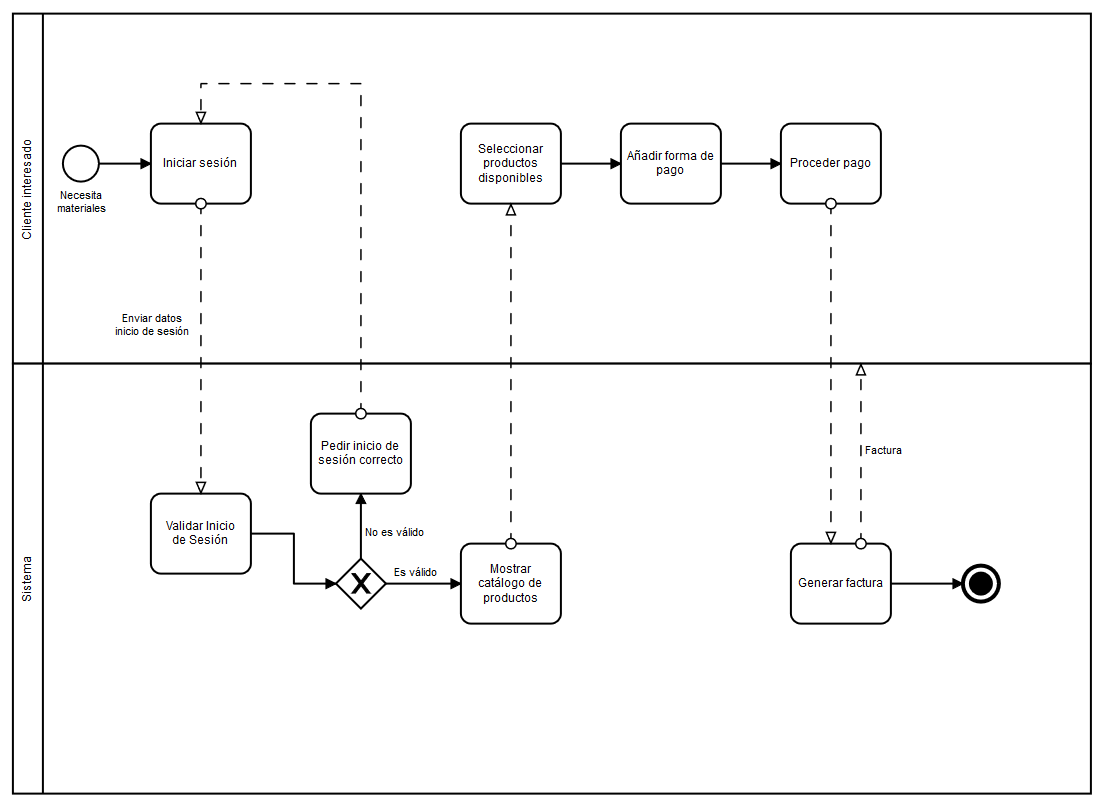
Above: diagramas/diagramas a implantar/ProcesoVentaProductos.png in felipescalera/Proyecto-IR (BPMN), before the change. Its source is kept beside it as diagramas/diagramas a implantar/ProcesoVentaProductos.bpmn. Ids are renumbered. Source of this version:
```xml
<bpmn:definitions xmlns:xsi="http://www.w3.org/2001/XMLSchema-instance" xmlns:bpmn="http://www.omg.org/spec/BPMN/20100524/MODEL" xmlns:bpmndi="http://www.omg.org/spec/BPMN/20100524/DI" xmlns:dc="http://www.omg.org/spec/DD/20100524/DC" xmlns:di="http://www.omg.org/spec/DD/20100524/DI" id="Definitions_n1" targetNamespace="http://bpmn.io/schema/bpmn" exporter="bpmn-js (https://demo.bpmn.io)" exporterVersion="7.5.0">
  <bpmn:collaboration id="Collaboration_n2">
    <bpmn:participant id="Participant_n3" name="Sistema" processRef="Process_n4" />
    <bpmn:participant id="Participant_n5" name="Cliente interesado" processRef="Process_n6" />
    <bpmn:messageFlow id="Flow_n7" name="Enviar datos inicio de sesión" sourceRef="Activity_n8" targetRef="Activity_n9" />
    <bpmn:messageFlow id="Flow_n10" sourceRef="Activity_n11" targetRef="Activity_n12" />
    <bpmn:messageFlow id="Flow_n13" sourceRef="Activity_n14" targetRef="Activity_n8" />
    <bpmn:messageFlow id="Flow_n15" sourceRef="Activity_n16" targetRef="Activity_n17" />
    <bpmn:messageFlow id="Flow_n18" name="Factura" sourceRef="Activity_n17" targetRef="Participant_n5" />
  </bpmn:collaboration>
  <bpmn:process id="Process_n4" isExecutable="false">
    <bpmn:laneSet id="LaneSet_n19" />
    <bpmn:sequenceFlow id="Flow_n20" name="No es válido" sourceRef="Gateway_n21" targetRef="Activity_n14" />
    <bpmn:sequenceFlow id="Flow_n22" name="Es válido" sourceRef="Gateway_n21" targetRef="Activity_n11" />
    <bpmn:sequenceFlow id="Flow_n23" sourceRef="Activity_n9" targetRef="Gateway_n21" />
    <bpmn:task id="Activity_n17" name="Generar factura">
      <bpmn:outgoing>Flow_n24</bpmn:outgoing>
    </bpmn:task>
    <bpmn:task id="Activity_n14" name="Pedir inicio de sesión correcto">
      <bpmn:incoming>Flow_n20</bpmn:incoming>
    </bpmn:task>
    <bpmn:task id="Activity_n11" name="Mostrar catálogo de productos">
      <bpmn:incoming>Flow_n22</bpmn:incoming>
    </bpmn:task>
    <bpmn:exclusiveGateway id="Gateway_n21">
      <bpmn:incoming>Flow_n23</bpmn:incoming>
      <bpmn:outgoing>Flow_n22</bpmn:outgoing>
      <bpmn:outgoing>Flow_n20</bpmn:outgoing>
    </bpmn:exclusiveGateway>
    <bpmn:task id="Activity_n9" name="Validar Inicio de Sesión">
      <bpmn:outgoing>Flow_n23</bpmn:outgoing>
    </bpmn:task>
    <bpmn:endEvent id="Event_n25">
      <bpmn:incoming>Flow_n24</bpmn:incoming>
      <bpmn:terminateEventDefinition id="TerminateEventDefinition_n26" />
    </bpmn:endEvent>
    <bpmn:sequenceFlow id="Flow_n24" sourceRef="Activity_n17" targetRef="Event_n25" />
  </bpmn:process>
  <bpmn:process id="Process_n6">
    <bpmn:startEvent id="StartEvent_n27" name="Necesita materiales">
      <bpmn:outgoing>Flow_n28</bpmn:outgoing>
    </bpmn:startEvent>
    <bpmn:sequenceFlow id="Flow_n28" sourceRef="StartEvent_n27" targetRef="Activity_n8" />
    <bpmn:task id="Activity_n8" name="Iniciar sesión">
      <bpmn:incoming>Flow_n28</bpmn:incoming>
    </bpmn:task>
    <bpmn:task id="Activity_n12" name="Seleccionar productos disponibles">
      <bpmn:outgoing>Flow_n29</bpmn:outgoing>
    </bpmn:task>
    <bpmn:sequenceFlow id="Flow_n29" sourceRef="Activity_n12" targetRef="Activity_n30" />
    <bpmn:task id="Activity_n30" name="Añadir forma de pago">
      <bpmn:incoming>Flow_n29</bpmn:incoming>
      <bpmn:outgoing>Flow_n31</bpmn:outgoing>
    </bpmn:task>
    <bpmn:task id="Activity_n16" name="Proceder pago">
      <bpmn:incoming>Flow_n31</bpmn:incoming>
    </bpmn:task>
    <bpmn:sequenceFlow id="Flow_n31" sourceRef="Activity_n30" targetRef="Activity_n16" />
  </bpmn:process>
  <bpmndi:BPMNDiagram id="BPMNDiagram_1">
    <bpmndi:BPMNPlane id="BPMNPlane_1" bpmnElement="Collaboration_n2">
      <bpmndi:BPMNShape id="Participant_n5_di" bpmnElement="Participant_n5" isHorizontal="true">
        <dc:Bounds x="152" y="80" width="1078" height="350" />
      </bpmndi:BPMNShape>
      <bpmndi:BPMNEdge id="Flow_n28_di" bpmnElement="Flow_n28">
        <di:waypoint x="238" y="230" />
        <di:waypoint x="290" y="230" />
      </bpmndi:BPMNEdge>
      <bpmndi:BPMNEdge id="Flow_n29_di" bpmnElement="Flow_n29">
        <di:waypoint x="700" y="230" />
        <di:waypoint x="760" y="230" />
      </bpmndi:BPMNEdge>
      <bpmndi:BPMNEdge id="Flow_n31_di" bpmnElement="Flow_n31">
        <di:waypoint x="860" y="230" />
        <di:waypoint x="920" y="230" />
      </bpmndi:BPMNEdge>
      <bpmndi:BPMNShape id="_BPMNShape_StartEvent_2" bpmnElement="StartEvent_n27">
        <dc:Bounds x="202" y="212" width="36" height="36" />
        <bpmndi:BPMNLabel>
          <dc:Bounds x="195" y="255" width="51" height="27" />
        </bpmndi:BPMNLabel>
      </bpmndi:BPMNShape>
      <bpmndi:BPMNShape id="Activity_n8_di" bpmnElement="Activity_n8">
        <dc:Bounds x="290" y="190" width="100" height="80" />
      </bpmndi:BPMNShape>
      <bpmndi:BPMNShape id="Activity_n12_di" bpmnElement="Activity_n12">
        <dc:Bounds x="600" y="190" width="100" height="80" />
      </bpmndi:BPMNShape>
      <bpmndi:BPMNShape id="Activity_n30_di" bpmnElement="Activity_n30">
        <dc:Bounds x="760" y="190" width="100" height="80" />
      </bpmndi:BPMNShape>
      <bpmndi:BPMNShape id="Activity_n16_di" bpmnElement="Activity_n16">
        <dc:Bounds x="920" y="190" width="100" height="80" />
      </bpmndi:BPMNShape>
      <bpmndi:BPMNShape id="Participant_n3_di" bpmnElement="Participant_n3" isHorizontal="true">
        <dc:Bounds x="152" y="430" width="1078" height="430" />
      </bpmndi:BPMNShape>
      <bpmndi:BPMNEdge id="Flow_n23_di" bpmnElement="Flow_n23">
        <di:waypoint x="390" y="600" />
        <di:waypoint x="433" y="600" />
        <di:waypoint x="433" y="650" />
        <di:waypoint x="475" y="650" />
      </bpmndi:BPMNEdge>
      <bpmndi:BPMNEdge id="Flow_n22_di" bpmnElement="Flow_n22">
        <di:waypoint x="525" y="650" />
        <di:waypoint x="600" y="650" />
        <bpmndi:BPMNLabel>
          <dc:Bounds x="533" y="632" width="44" height="14" />
        </bpmndi:BPMNLabel>
      </bpmndi:BPMNEdge>
      <bpmndi:BPMNEdge id="Flow_n20_di" bpmnElement="Flow_n20">
        <di:waypoint x="500" y="625" />
        <di:waypoint x="500" y="560" />
        <bpmndi:BPMNLabel>
          <dc:Bounds x="504" y="592" width="60" height="14" />
        </bpmndi:BPMNLabel>
      </bpmndi:BPMNEdge>
      <bpmndi:BPMNEdge id="Flow_n24_di" bpmnElement="Flow_n24">
        <di:waypoint x="1030" y="650" />
        <di:waypoint x="1102" y="650" />
      </bpmndi:BPMNEdge>
      <bpmndi:BPMNShape id="Activity_n9_di" bpmnElement="Activity_n9">
        <dc:Bounds x="290" y="560" width="100" height="80" />
      </bpmndi:BPMNShape>
      <bpmndi:BPMNShape id="Gateway_n21_di" bpmnElement="Gateway_n21" isMarkerVisible="true">
        <dc:Bounds x="475" y="625" width="50" height="50" />
      </bpmndi:BPMNShape>
      <bpmndi:BPMNShape id="Activity_n11_di" bpmnElement="Activity_n11">
        <dc:Bounds x="600" y="610" width="100" height="80" />
      </bpmndi:BPMNShape>
      <bpmndi:BPMNShape id="Activity_n14_di" bpmnElement="Activity_n14">
        <dc:Bounds x="450" y="480" width="100" height="80" />
      </bpmndi:BPMNShape>
      <bpmndi:BPMNShape id="Activity_n17_di" bpmnElement="Activity_n17">
        <dc:Bounds x="930" y="610" width="100" height="80" />
      </bpmndi:BPMNShape>
      <bpmndi:BPMNShape id="Event_0vdl040_di" bpmnElement="Event_n25">
        <dc:Bounds x="1102" y="632" width="36" height="36" />
      </bpmndi:BPMNShape>
      <bpmndi:BPMNEdge id="Flow_n7_di" bpmnElement="Flow_n7">
        <di:waypoint x="340" y="270" />
        <di:waypoint x="340" y="560" />
        <bpmndi:BPMNLabel>
          <dc:Bounds x="254" y="378" width="75" height="27" />
        </bpmndi:BPMNLabel>
      </bpmndi:BPMNEdge>
      <bpmndi:BPMNEdge id="Flow_n10_di" bpmnElement="Flow_n10">
        <di:waypoint x="650" y="610" />
        <di:waypoint x="650" y="270" />
      </bpmndi:BPMNEdge>
      <bpmndi:BPMNEdge id="Flow_n13_di" bpmnElement="Flow_n13">
        <di:waypoint x="500" y="480" />
        <di:waypoint x="500" y="150" />
        <di:waypoint x="340" y="150" />
        <di:waypoint x="340" y="190" />
      </bpmndi:BPMNEdge>
      <bpmndi:BPMNEdge id="Flow_n15_di" bpmnElement="Flow_n15">
        <di:waypoint x="970" y="270" />
        <di:waypoint x="970" y="610" />
      </bpmndi:BPMNEdge>
      <bpmndi:BPMNEdge id="Flow_n18_di" bpmnElement="Flow_n18">
        <di:waypoint x="1000" y="610" />
        <di:waypoint x="1000" y="430" />
        <bpmndi:BPMNLabel>
          <dc:Bounds x="1004" y="510" width="38" height="14" />
        </bpmndi:BPMNLabel>
      </bpmndi:BPMNEdge>
    </bpmndi:BPMNPlane>
  </bpmndi:BPMNDiagram>
</bpmn:definitions>
```
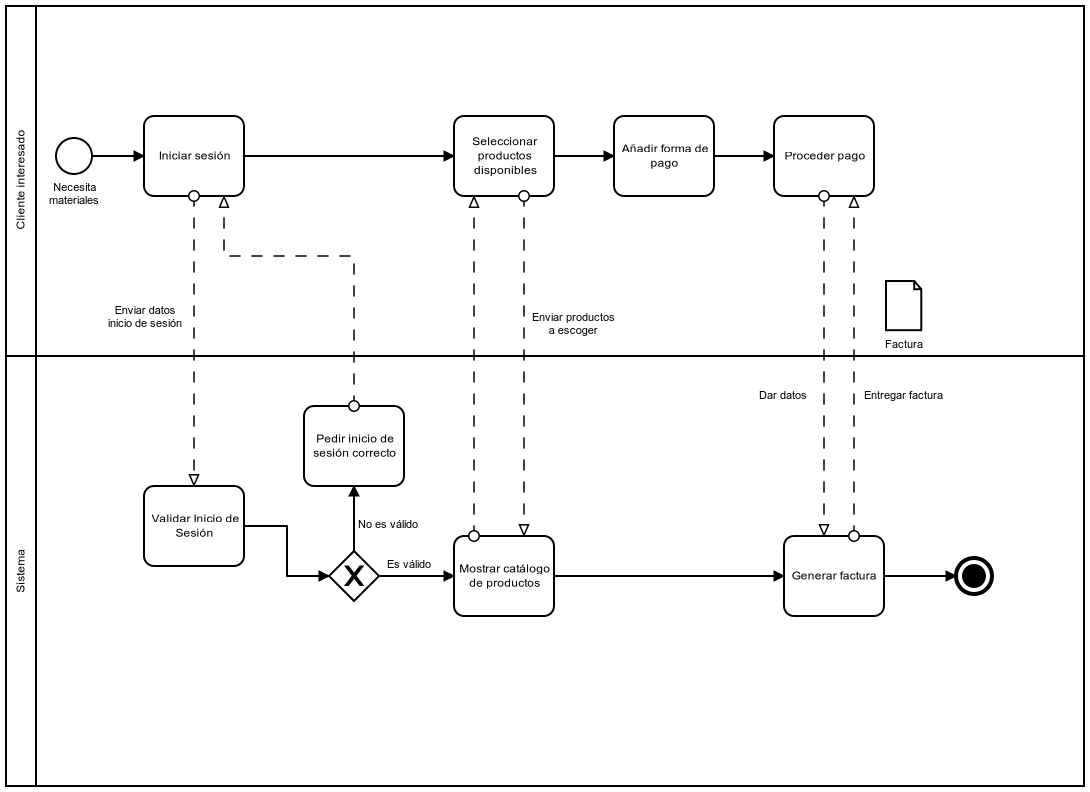
After the change.

The edit, as a diff of the source:
```diff
@@ -5,8 +5,9 @@
     <bpmn:messageFlow id="Flow_n7" name="Enviar datos inicio de sesión" sourceRef="Activity_n8" targetRef="Activity_n9" />
     <bpmn:messageFlow id="Flow_n10" sourceRef="Activity_n11" targetRef="Activity_n12" />
     <bpmn:messageFlow id="Flow_n13" sourceRef="Activity_n14" targetRef="Activity_n8" />
-    <bpmn:messageFlow id="Flow_n15" sourceRef="Activity_n16" targetRef="Activity_n17" />
-    <bpmn:messageFlow id="Flow_n18" name="Factura" sourceRef="Activity_n17" targetRef="Participant_n5" />
+    <bpmn:messageFlow id="Flow_n15" name="Dar datos" sourceRef="Activity_n16" targetRef="Activity_n17" />
+    <bpmn:messageFlow id="Flow_n18" name="Entregar factura" sourceRef="Activity_n17" targetRef="Activity_n16" />
+    <bpmn:messageFlow id="Flow_n32" name="Enviar productos a escoger" sourceRef="Activity_n12" targetRef="Activity_n11" />
   </bpmn:collaboration>
   <bpmn:process id="Process_n4" isExecutable="false">
     <bpmn:laneSet id="LaneSet_n19" />
@@ -14,6 +15,7 @@
     <bpmn:sequenceFlow id="Flow_n22" name="Es válido" sourceRef="Gateway_n21" targetRef="Activity_n11" />
     <bpmn:sequenceFlow id="Flow_n23" sourceRef="Activity_n9" targetRef="Gateway_n21" />
     <bpmn:task id="Activity_n17" name="Generar factura">
+      <bpmn:incoming>Flow_n33</bpmn:incoming>
       <bpmn:outgoing>Flow_n24</bpmn:outgoing>
     </bpmn:task>
     <bpmn:task id="Activity_n14" name="Pedir inicio de sesión correcto">
@@ -21,6 +23,7 @@
     </bpmn:task>
     <bpmn:task id="Activity_n11" name="Mostrar catálogo de productos">
       <bpmn:incoming>Flow_n22</bpmn:incoming>
+      <bpmn:outgoing>Flow_n33</bpmn:outgoing>
     </bpmn:task>
     <bpmn:exclusiveGateway id="Gateway_n21">
       <bpmn:incoming>Flow_n23</bpmn:incoming>
@@ -35,6 +38,7 @@
       <bpmn:terminateEventDefinition id="TerminateEventDefinition_n26" />
     </bpmn:endEvent>
     <bpmn:sequenceFlow id="Flow_n24" sourceRef="Activity_n17" targetRef="Event_n25" />
+    <bpmn:sequenceFlow id="Flow_n33" sourceRef="Activity_n11" targetRef="Activity_n17" />
   </bpmn:process>
   <bpmn:process id="Process_n6">
     <bpmn:startEvent id="StartEvent_n27" name="Necesita materiales">
@@ -43,8 +47,10 @@
     <bpmn:sequenceFlow id="Flow_n28" sourceRef="StartEvent_n27" targetRef="Activity_n8" />
     <bpmn:task id="Activity_n8" name="Iniciar sesión">
       <bpmn:incoming>Flow_n28</bpmn:incoming>
+      <bpmn:outgoing>Flow_n34</bpmn:outgoing>
     </bpmn:task>
     <bpmn:task id="Activity_n12" name="Seleccionar productos disponibles">
+      <bpmn:incoming>Flow_n34</bpmn:incoming>
       <bpmn:outgoing>Flow_n29</bpmn:outgoing>
     </bpmn:task>
     <bpmn:sequenceFlow id="Flow_n29" sourceRef="Activity_n12" targetRef="Activity_n30" />
@@ -56,45 +62,19 @@
       <bpmn:incoming>Flow_n31</bpmn:incoming>
     </bpmn:task>
     <bpmn:sequenceFlow id="Flow_n31" sourceRef="Activity_n30" targetRef="Activity_n16" />
+    <bpmn:sequenceFlow id="Flow_n34" sourceRef="Activity_n8" targetRef="Activity_n12" />
+    <bpmn:dataObjectReference id="DataObjectReference_n35" name="Factura" dataObjectRef="DataObject_n36" />
+    <bpmn:dataObject id="DataObject_n36" />
   </bpmn:process>
   <bpmndi:BPMNDiagram id="BPMNDiagram_1">
     <bpmndi:BPMNPlane id="BPMNPlane_1" bpmnElement="Collaboration_n2">
-      <bpmndi:BPMNShape id="Participant_n5_di" bpmnElement="Participant_n5" isHorizontal="true">
-        <dc:Bounds x="152" y="80" width="1078" height="350" />
-      </bpmndi:BPMNShape>
-      <bpmndi:BPMNEdge id="Flow_n28_di" bpmnElement="Flow_n28">
-        <di:waypoint x="238" y="230" />
-        <di:waypoint x="290" y="230" />
-      </bpmndi:BPMNEdge>
-      <bpmndi:BPMNEdge id="Flow_n29_di" bpmnElement="Flow_n29">
-        <di:waypoint x="700" y="230" />
-        <di:waypoint x="760" y="230" />
-      </bpmndi:BPMNEdge>
-      <bpmndi:BPMNEdge id="Flow_n31_di" bpmnElement="Flow_n31">
-        <di:waypoint x="860" y="230" />
-        <di:waypoint x="920" y="230" />
-      </bpmndi:BPMNEdge>
-      <bpmndi:BPMNShape id="_BPMNShape_StartEvent_2" bpmnElement="StartEvent_n27">
-        <dc:Bounds x="202" y="212" width="36" height="36" />
-        <bpmndi:BPMNLabel>
-          <dc:Bounds x="195" y="255" width="51" height="27" />
-        </bpmndi:BPMNLabel>
-      </bpmndi:BPMNShape>
-      <bpmndi:BPMNShape id="Activity_n8_di" bpmnElement="Activity_n8">
-        <dc:Bounds x="290" y="190" width="100" height="80" />
-      </bpmndi:BPMNShape>
-      <bpmndi:BPMNShape id="Activity_n12_di" bpmnElement="Activity_n12">
-        <dc:Bounds x="600" y="190" width="100" height="80" />
-      </bpmndi:BPMNShape>
-      <bpmndi:BPMNShape id="Activity_n30_di" bpmnElement="Activity_n30">
-        <dc:Bounds x="760" y="190" width="100" height="80" />
-      </bpmndi:BPMNShape>
-      <bpmndi:BPMNShape id="Activity_n16_di" bpmnElement="Activity_n16">
-        <dc:Bounds x="920" y="190" width="100" height="80" />
-      </bpmndi:BPMNShape>
       <bpmndi:BPMNShape id="Participant_n3_di" bpmnElement="Participant_n3" isHorizontal="true">
         <dc:Bounds x="152" y="430" width="1078" height="430" />
       </bpmndi:BPMNShape>
+      <bpmndi:BPMNEdge id="Flow_n24_di" bpmnElement="Flow_n24">
+        <di:waypoint x="1030" y="650" />
+        <di:waypoint x="1102" y="650" />
+      </bpmndi:BPMNEdge>
       <bpmndi:BPMNEdge id="Flow_n23_di" bpmnElement="Flow_n23">
         <di:waypoint x="390" y="600" />
         <di:waypoint x="433" y="600" />
@@ -115,27 +95,70 @@
           <dc:Bounds x="504" y="592" width="60" height="14" />
         </bpmndi:BPMNLabel>
       </bpmndi:BPMNEdge>
-      <bpmndi:BPMNEdge id="Flow_n24_di" bpmnElement="Flow_n24">
-        <di:waypoint x="1030" y="650" />
-        <di:waypoint x="1102" y="650" />
+      <bpmndi:BPMNEdge id="Flow_n33_di" bpmnElement="Flow_n33">
+        <di:waypoint x="700" y="650" />
+        <di:waypoint x="930" y="650" />
       </bpmndi:BPMNEdge>
-      <bpmndi:BPMNShape id="Activity_n9_di" bpmnElement="Activity_n9">
-        <dc:Bounds x="290" y="560" width="100" height="80" />
+      <bpmndi:BPMNShape id="Activity_n17_di" bpmnElement="Activity_n17">
+        <dc:Bounds x="930" y="610" width="100" height="80" />
+      </bpmndi:BPMNShape>
+      <bpmndi:BPMNShape id="Activity_n14_di" bpmnElement="Activity_n14">
+        <dc:Bounds x="450" y="480" width="100" height="80" />
+      </bpmndi:BPMNShape>
+      <bpmndi:BPMNShape id="Activity_n11_di" bpmnElement="Activity_n11">
+        <dc:Bounds x="600" y="610" width="100" height="80" />
       </bpmndi:BPMNShape>
       <bpmndi:BPMNShape id="Gateway_n21_di" bpmnElement="Gateway_n21" isMarkerVisible="true">
         <dc:Bounds x="475" y="625" width="50" height="50" />
       </bpmndi:BPMNShape>
-      <bpmndi:BPMNShape id="Activity_n11_di" bpmnElement="Activity_n11">
-        <dc:Bounds x="600" y="610" width="100" height="80" />
-      </bpmndi:BPMNShape>
-      <bpmndi:BPMNShape id="Activity_n14_di" bpmnElement="Activity_n14">
-        <dc:Bounds x="450" y="480" width="100" height="80" />
-      </bpmndi:BPMNShape>
-      <bpmndi:BPMNShape id="Activity_n17_di" bpmnElement="Activity_n17">
-        <dc:Bounds x="930" y="610" width="100" height="80" />
+      <bpmndi:BPMNShape id="Activity_n9_di" bpmnElement="Activity_n9">
+        <dc:Bounds x="290" y="560" width="100" height="80" />
       </bpmndi:BPMNShape>
       <bpmndi:BPMNShape id="Event_0vdl040_di" bpmnElement="Event_n25">
         <dc:Bounds x="1102" y="632" width="36" height="36" />
+      </bpmndi:BPMNShape>
+      <bpmndi:BPMNShape id="Participant_n5_di" bpmnElement="Participant_n5" isHorizontal="true">
+        <dc:Bounds x="152" y="80" width="1078" height="350" />
+      </bpmndi:BPMNShape>
+      <bpmndi:BPMNEdge id="Flow_n31_di" bpmnElement="Flow_n31">
+        <di:waypoint x="860" y="230" />
+        <di:waypoint x="920" y="230" />
+      </bpmndi:BPMNEdge>
+      <bpmndi:BPMNEdge id="Flow_n29_di" bpmnElement="Flow_n29">
+        <di:waypoint x="700" y="230" />
+        <di:waypoint x="760" y="230" />
+      </bpmndi:BPMNEdge>
+      <bpmndi:BPMNEdge id="Flow_n28_di" bpmnElement="Flow_n28">
+        <di:waypoint x="238" y="230" />
+        <di:waypoint x="290" y="230" />
+      </bpmndi:BPMNEdge>
+      <bpmndi:BPMNEdge id="Flow_n34_di" bpmnElement="Flow_n34">
+        <di:waypoint x="390" y="230" />
+        <di:waypoint x="600" y="230" />
+      </bpmndi:BPMNEdge>
+      <bpmndi:BPMNShape id="_BPMNShape_StartEvent_2" bpmnElement="StartEvent_n27">
+        <dc:Bounds x="202" y="212" width="36" height="36" />
+        <bpmndi:BPMNLabel>
+          <dc:Bounds x="195" y="255" width="51" height="27" />
+        </bpmndi:BPMNLabel>
+      </bpmndi:BPMNShape>
+      <bpmndi:BPMNShape id="Activity_n8_di" bpmnElement="Activity_n8">
+        <dc:Bounds x="290" y="190" width="100" height="80" />
+      </bpmndi:BPMNShape>
+      <bpmndi:BPMNShape id="Activity_n12_di" bpmnElement="Activity_n12">
+        <dc:Bounds x="600" y="190" width="100" height="80" />
+      </bpmndi:BPMNShape>
+      <bpmndi:BPMNShape id="Activity_n30_di" bpmnElement="Activity_n30">
+        <dc:Bounds x="760" y="190" width="100" height="80" />
+      </bpmndi:BPMNShape>
+      <bpmndi:BPMNShape id="Activity_n16_di" bpmnElement="Activity_n16">
+        <dc:Bounds x="920" y="190" width="100" height="80" />
+      </bpmndi:BPMNShape>
+      <bpmndi:BPMNShape id="DataObjectReference_n35_di" bpmnElement="DataObjectReference_n35">
+        <dc:Bounds x="1032" y="355" width="36" height="50" />
+        <bpmndi:BPMNLabel>
+          <dc:Bounds x="1031" y="412" width="38" height="14" />
+        </bpmndi:BPMNLabel>
       </bpmndi:BPMNShape>
       <bpmndi:BPMNEdge id="Flow_n7_di" bpmnElement="Flow_n7">
         <di:waypoint x="340" y="270" />
@@ -145,24 +168,34 @@
         </bpmndi:BPMNLabel>
       </bpmndi:BPMNEdge>
       <bpmndi:BPMNEdge id="Flow_n10_di" bpmnElement="Flow_n10">
-        <di:waypoint x="650" y="610" />
-        <di:waypoint x="650" y="270" />
+        <di:waypoint x="620" y="610" />
+        <di:waypoint x="620" y="270" />
       </bpmndi:BPMNEdge>
       <bpmndi:BPMNEdge id="Flow_n13_di" bpmnElement="Flow_n13">
         <di:waypoint x="500" y="480" />
-        <di:waypoint x="500" y="150" />
-        <di:waypoint x="340" y="150" />
-        <di:waypoint x="340" y="190" />
+        <di:waypoint x="500" y="330" />
+        <di:waypoint x="370" y="330" />
+        <di:waypoint x="370" y="270" />
       </bpmndi:BPMNEdge>
       <bpmndi:BPMNEdge id="Flow_n15_di" bpmnElement="Flow_n15">
         <di:waypoint x="970" y="270" />
         <di:waypoint x="970" y="610" />
+        <bpmndi:BPMNLabel>
+          <dc:Bounds x="905" y="463" width="49" height="14" />
+        </bpmndi:BPMNLabel>
       </bpmndi:BPMNEdge>
       <bpmndi:BPMNEdge id="Flow_n18_di" bpmnElement="Flow_n18">
         <di:waypoint x="1000" y="610" />
-        <di:waypoint x="1000" y="430" />
+        <di:waypoint x="1000" y="270" />
         <bpmndi:BPMNLabel>
-          <dc:Bounds x="1004" y="510" width="38" height="14" />
+          <dc:Bounds x="1010" y="463" width="79" height="14" />
+        </bpmndi:BPMNLabel>
+      </bpmndi:BPMNEdge>
+      <bpmndi:BPMNEdge id="Flow_n32_di" bpmnElement="Flow_n32">
+        <di:waypoint x="670" y="270" />
+        <di:waypoint x="670" y="610" />
+        <bpmndi:BPMNLabel>
+          <dc:Bounds x="678" y="385" width="84" height="27" />
         </bpmndi:BPMNLabel>
       </bpmndi:BPMNEdge>
     </bpmndi:BPMNPlane>
```
